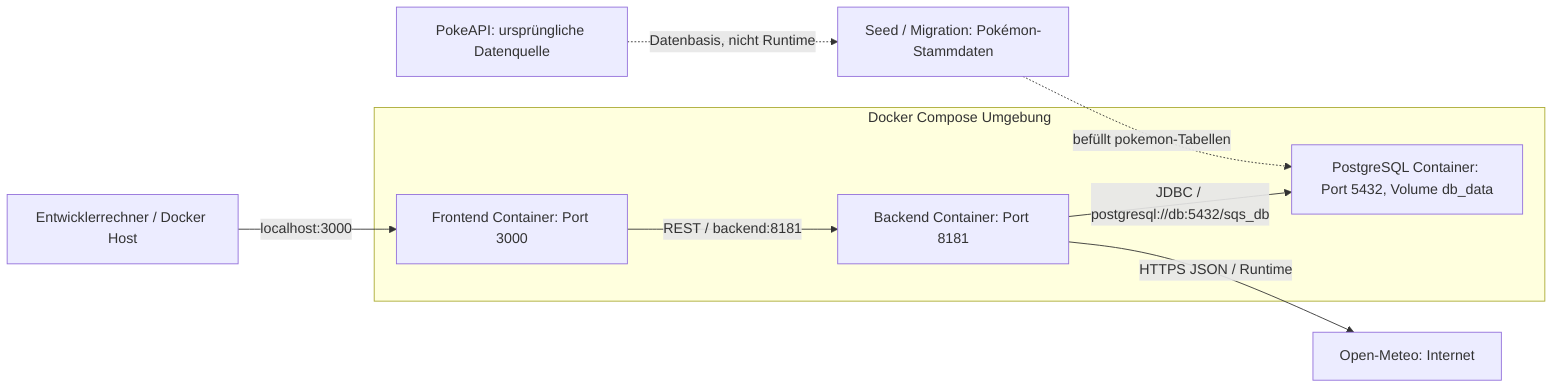
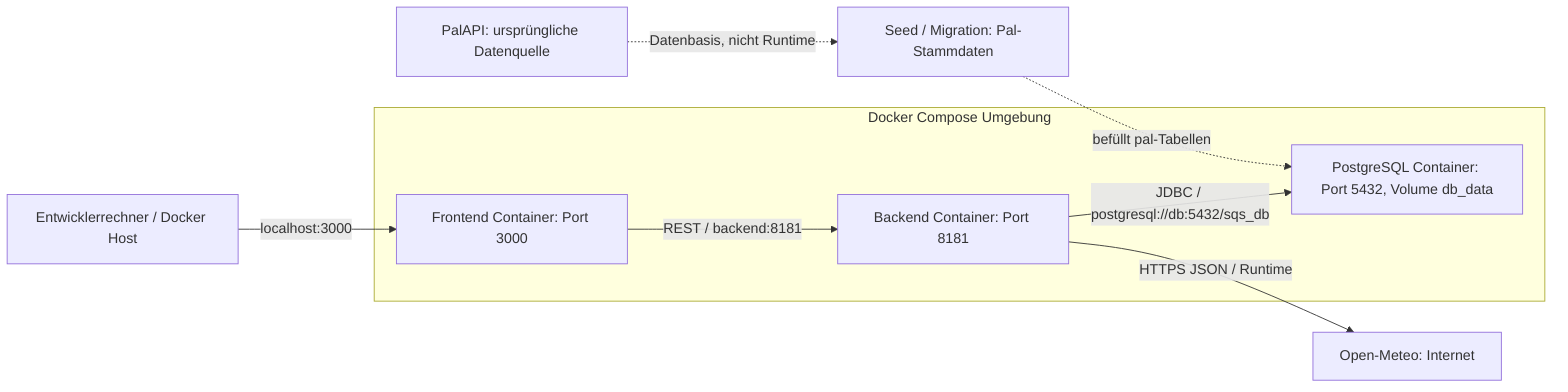
flowchart LR
    DEV["Entwicklerrechner / Docker Host"]

    subgraph COMPOSE["Docker Compose Umgebung"]
        FE["Frontend Container: Port 3000"]
        BE["Backend Container: Port 8181"]
        PG["PostgreSQL Container: Port 5432, Volume db_data"]
    end

-     SEED["Seed / Migration: Pokémon-Stammdaten"]
-     POKEAPI["PokeAPI: ursprüngliche Datenquelle"]
+     SEED["Seed / Migration: Pal-Stammdaten"]
+     POKEAPI["PalAPI: ursprüngliche Datenquelle"]
    WEATHER["Open-Meteo: Internet"]

    DEV -->|localhost:3000| FE
    FE -->|REST / backend:8181| BE
    BE -->|JDBC / postgresql://db:5432/sqs_db| PG
    BE -->|HTTPS JSON / Runtime| WEATHER

    POKEAPI -.->|Datenbasis, nicht Runtime| SEED
-     SEED -.->|befüllt pokemon-Tabellen| PG+     SEED -.->|befüllt pal-Tabellen| PG